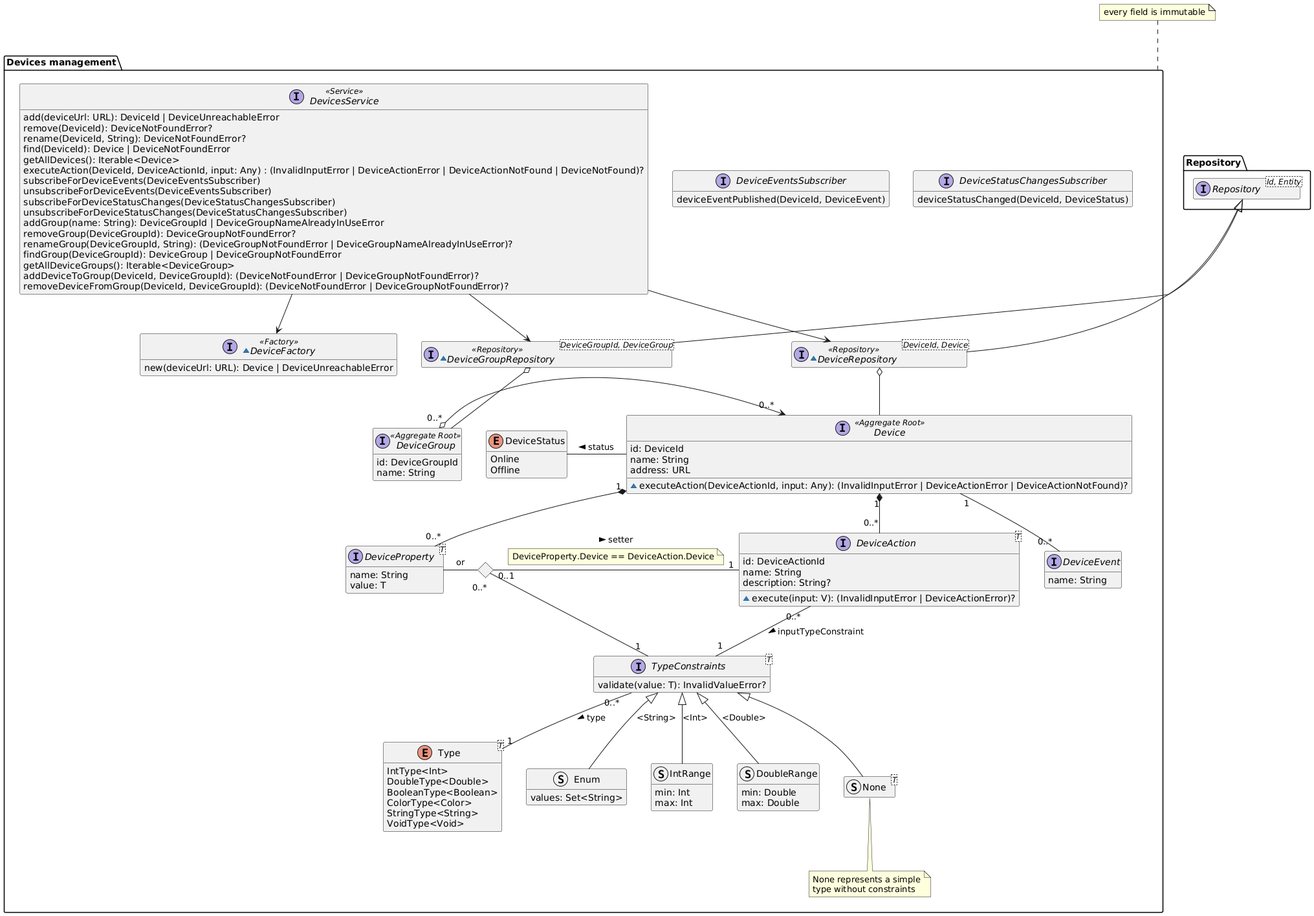
Before: diagrams/generated/devices-management-domain-model.png, a diagram exported from PlantUML (DomoticASW/.github).
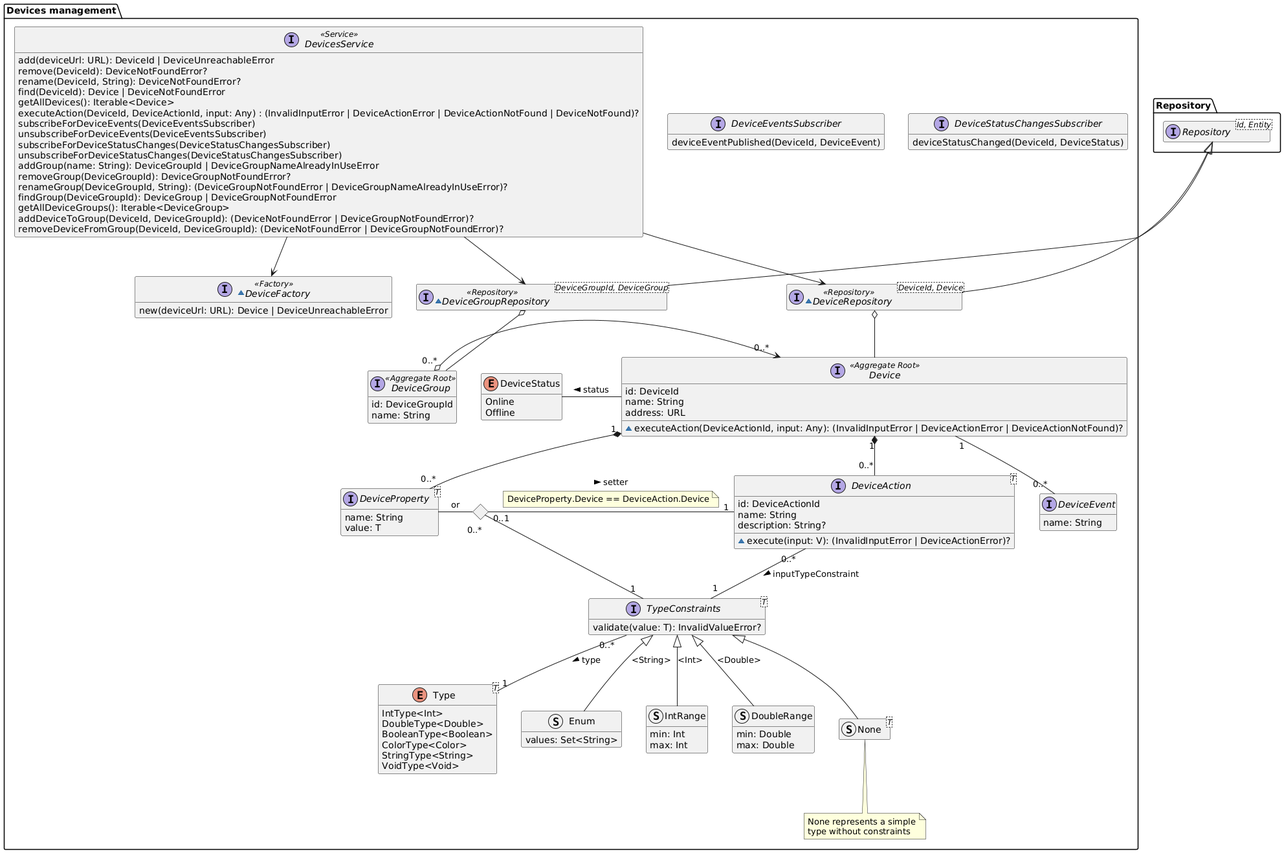
After the commit.

Diff of the diagram source:
```diff
@@ -139,8 +139,4 @@
     DevicesService --> DeviceFactory
 }
 
-note top of "Devices management"
-every field is immutable
-end note
-
 @enduml
```
